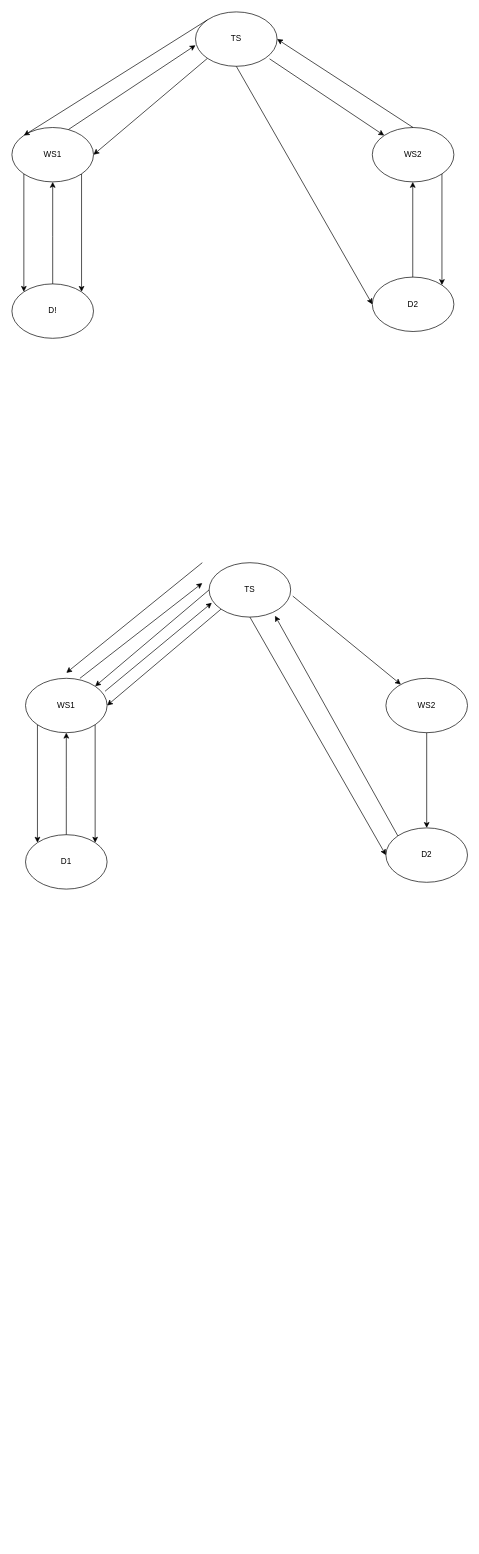
Above: 协议流程.drawio in junpfeng/UE (draw.io), before the change. Source tidied: cells renumbered, new cells numbered last; positions are measured from the earlier drawing's top-left corner, leaving out a move shared by most shapes. Both pictures are drawn from the tidied source at 68%, with x=0, y=0 at pixel (12, 12).
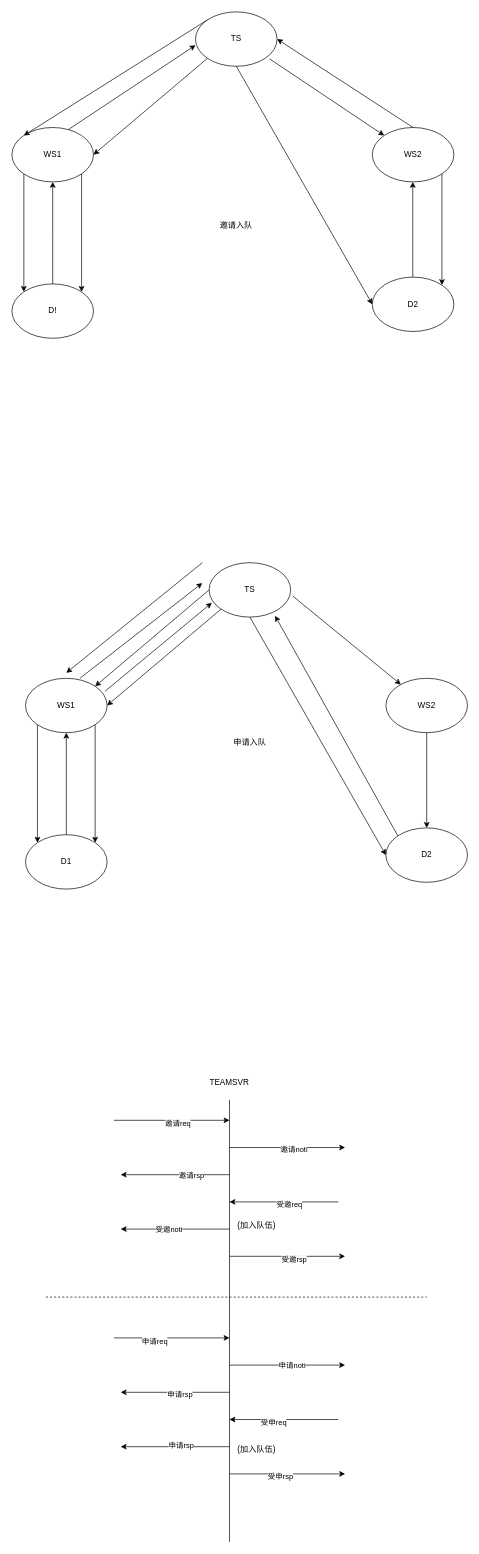
Above is the later version.

Commit message (it also covers changes not shown here):
更新协议流程.drawio

Diff of the diagram source:
```diff
@@
+    <mxCell id="35" value="邀请入队" style="text;html=1;strokeColor=none;fillColor=none;align=center;verticalAlign=middle;whiteSpace=wrap;rounded=0;" parent="1" vertex="1">
+      <mxGeometry x="300" y="300" width="60" height="30" as="geometry" />
+    </mxCell>
+    <mxCell id="36" value="申请入队" style="text;html=1;strokeColor=none;fillColor=none;align=center;verticalAlign=middle;whiteSpace=wrap;rounded=0;" parent="1" vertex="1">
+      <mxGeometry x="320" y="1060" width="60" height="30" as="geometry" />
+    </mxCell>
+    <mxCell id="37" style="endArrow=none;html=1;rounded=0;arcSize=12;" parent="1" edge="1">
+      <mxGeometry relative="1" as="geometry">
+        <mxPoint x="320" y="2250" as="sourcePoint" />
+        <mxPoint x="320" y="1600" as="targetPoint" />
+      </mxGeometry>
+    </mxCell>
+    <mxCell id="38" style="endArrow=classic;html=1;rounded=0;arcSize=12;" parent="1" edge="1">
+      <mxGeometry relative="1" as="geometry">
+        <mxPoint x="150" y="1630" as="sourcePoint" />
+        <mxPoint x="320" y="1630" as="targetPoint" />
+      </mxGeometry>
+    </mxCell>
+    <mxCell id="39" value="邀请req" style="edgeLabel;html=1;align=center;verticalAlign=middle;arcSize=12;" parent="38" vertex="1">
+      <mxGeometry x="0.09" y="-4" relative="1" as="geometry" />
+    </mxCell>
+    <mxCell id="40" style="endArrow=classic;html=1;rounded=0;arcSize=12;" parent="1" edge="1">
+      <mxGeometry relative="1" as="geometry">
+        <mxPoint x="320" y="1670" as="sourcePoint" />
+        <mxPoint x="490" y="1670" as="targetPoint" />
+      </mxGeometry>
+    </mxCell>
+    <mxCell id="41" value="邀请noti" style="edgeLabel;html=1;align=center;verticalAlign=middle;arcSize=12;" parent="40" vertex="1">
+      <mxGeometry x="0.11" y="-2" relative="1" as="geometry" />
+    </mxCell>
+    <mxCell id="42" style="endArrow=classic;html=1;rounded=0;arcSize=12;" parent="1" edge="1">
+      <mxGeometry relative="1" as="geometry">
+        <mxPoint x="320" y="1830" as="sourcePoint" />
+        <mxPoint x="490" y="1830" as="targetPoint" />
+      </mxGeometry>
+    </mxCell>
+    <mxCell id="43" value="受邀rsp" style="edgeLabel;html=1;align=center;verticalAlign=middle;arcSize=12;" parent="42" vertex="1">
+      <mxGeometry x="0.11" y="-4" relative="1" as="geometry" />
+    </mxCell>
+    <mxCell id="44" style="endArrow=classic;html=1;rounded=0;arcSize=12;" parent="1" edge="1">
+      <mxGeometry relative="1" as="geometry">
+        <mxPoint x="150" y="1950" as="sourcePoint" />
+        <mxPoint x="320" y="1950" as="targetPoint" />
+      </mxGeometry>
+    </mxCell>
+    <mxCell id="45" value="申请req" style="edgeLabel;html=1;align=center;verticalAlign=middle;arcSize=12;" parent="44" vertex="1">
+      <mxGeometry x="-0.31" y="-4" relative="1" as="geometry" />
+    </mxCell>
+    <mxCell id="46" style="endArrow=classic;html=1;rounded=0;arcSize=12;" parent="1" edge="1">
+      <mxGeometry relative="1" as="geometry">
+        <mxPoint x="320" y="1990" as="sourcePoint" />
+        <mxPoint x="490" y="1990" as="targetPoint" />
+      </mxGeometry>
+    </mxCell>
+    <mxCell id="47" value="申请noti" style="edgeLabel;html=1;align=center;verticalAlign=middle;arcSize=12;" parent="46" vertex="1">
+      <mxGeometry x="0.07" relative="1" as="geometry" />
+    </mxCell>
+    <mxCell id="48" style="endArrow=classic;html=1;rounded=0;arcSize=12;" parent="1" edge="1">
+      <mxGeometry relative="1" as="geometry">
+        <mxPoint x="320" y="2150" as="sourcePoint" />
+        <mxPoint x="490" y="2150" as="targetPoint" />
+      </mxGeometry>
+    </mxCell>
+    <mxCell id="49" value="受申rsp" style="edgeLabel;html=1;align=center;verticalAlign=middle;arcSize=12;" parent="48" vertex="1">
+      <mxGeometry x="-0.13" y="-3" relative="1" as="geometry" />
+    </mxCell>
+    <mxCell id="50" value="TEAMSVR" style="text;html=1;strokeColor=none;fillColor=none;align=center;verticalAlign=middle;whiteSpace=wrap;rounded=0;arcSize=12;" parent="1" vertex="1">
+      <mxGeometry x="290" y="1560" width="60" height="30" as="geometry" />
+    </mxCell>
+    <mxCell id="51" style="endArrow=classic;html=1;rounded=0;arcSize=12;" parent="1" edge="1">
+      <mxGeometry relative="1" as="geometry">
+        <mxPoint x="320" y="1710" as="sourcePoint" />
+        <mxPoint x="160" y="1710" as="targetPoint" />
+      </mxGeometry>
+    </mxCell>
+    <mxCell id="52" value="邀请rsp" style="edgeLabel;html=1;align=center;verticalAlign=middle;arcSize=12;" parent="51" vertex="1">
+      <mxGeometry x="-0.29" relative="1" as="geometry" />
+    </mxCell>
+    <mxCell id="53" style="endArrow=classic;html=1;rounded=0;arcSize=12;" parent="1" edge="1">
+      <mxGeometry relative="1" as="geometry">
+        <mxPoint x="480" y="1750" as="sourcePoint" />
+        <mxPoint x="320" y="1750" as="targetPoint" />
+      </mxGeometry>
+    </mxCell>
+    <mxCell id="54" value="受邀req" style="edgeLabel;html=1;align=center;verticalAlign=middle;arcSize=12;" parent="53" vertex="1">
+      <mxGeometry x="-0.09" y="3" relative="1" as="geometry" />
+    </mxCell>
+    <mxCell id="55" style="endArrow=classic;html=1;rounded=0;arcSize=12;" parent="1" edge="1">
+      <mxGeometry relative="1" as="geometry">
+        <mxPoint x="320" y="1790" as="sourcePoint" />
+        <mxPoint x="160" y="1790" as="targetPoint" />
+      </mxGeometry>
+    </mxCell>
+    <mxCell id="56" value="受邀noti" style="edgeLabel;html=1;align=center;verticalAlign=middle;arcSize=12;" parent="55" vertex="1">
+      <mxGeometry x="0.12" relative="1" as="geometry" />
+    </mxCell>
+    <mxCell id="57" style="endArrow=classic;html=1;rounded=0;arcSize=12;" parent="1" edge="1">
+      <mxGeometry relative="1" as="geometry">
+        <mxPoint x="320" y="2030" as="sourcePoint" />
+        <mxPoint x="160" y="2030" as="targetPoint" />
+      </mxGeometry>
+    </mxCell>
+    <mxCell id="58" value="申请rsp" style="edgeLabel;html=1;align=center;verticalAlign=middle;arcSize=12;" parent="57" vertex="1">
+      <mxGeometry x="-0.07" y="3" relative="1" as="geometry" />
+    </mxCell>
+    <mxCell id="59" style="endArrow=classic;html=1;rounded=0;arcSize=12;" parent="1" edge="1">
+      <mxGeometry relative="1" as="geometry">
+        <mxPoint x="480" y="2070" as="sourcePoint" />
+        <mxPoint x="320" y="2070" as="targetPoint" />
+      </mxGeometry>
+    </mxCell>
+    <mxCell id="60" value="受申req" style="edgeLabel;html=1;align=center;verticalAlign=middle;arcSize=12;" parent="59" vertex="1">
+      <mxGeometry x="0.2" y="4" relative="1" as="geometry" />
+    </mxCell>
+    <mxCell id="61" style="endArrow=classic;html=1;rounded=0;arcSize=12;" parent="1" edge="1">
+      <mxGeometry relative="1" as="geometry">
+        <mxPoint x="320" y="2110" as="sourcePoint" />
+        <mxPoint x="160" y="2110" as="targetPoint" />
+      </mxGeometry>
+    </mxCell>
+    <mxCell id="62" value="申请rsp" style="edgeLabel;html=1;align=center;verticalAlign=middle;arcSize=12;" parent="61" vertex="1">
+      <mxGeometry x="-0.1" y="-2" relative="1" as="geometry" />
+    </mxCell>
+    <mxCell id="63" style="endArrow=none;dashed=1;html=1;rounded=0;" parent="1" edge="1">
+      <mxGeometry relative="1" as="geometry">
+        <mxPoint x="50" y="1890" as="sourcePoint" />
+        <mxPoint x="610" y="1890" as="targetPoint" />
+      </mxGeometry>
+    </mxCell>
+    <mxCell id="64" value="(加入队伍)" style="text;html=1;strokeColor=none;fillColor=none;align=center;verticalAlign=middle;whiteSpace=wrap;rounded=0;arcSize=12;" parent="1" vertex="1">
+      <mxGeometry x="330" y="1770" width="60" height="30" as="geometry" />
+    </mxCell>
+    <mxCell id="65" value="(加入队伍)" style="text;html=1;strokeColor=none;fillColor=none;align=center;verticalAlign=middle;whiteSpace=wrap;rounded=0;arcSize=12;" parent="1" vertex="1">
+      <mxGeometry x="330" y="2100" width="60" height="30" as="geometry" />
+    </mxCell>
```
